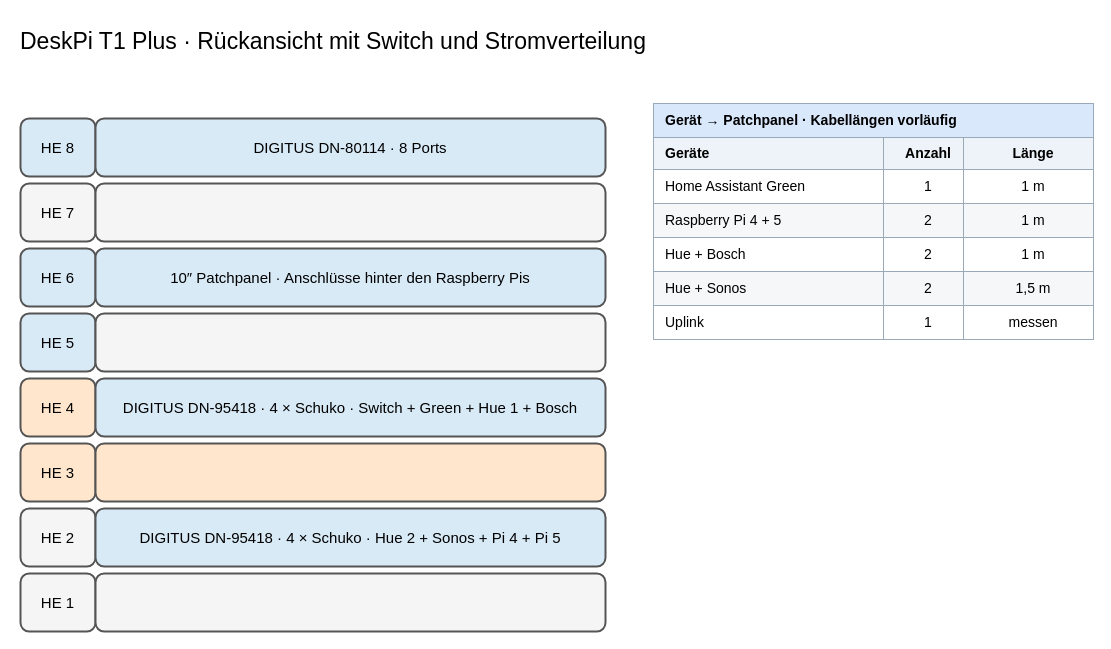
Above: page "DeskPi 8 HE – Rückseite" (3 of 5) of 10-zoll-rack-planung.drawio in tiptronic/diagrams (draw.io), before the change. Source tidied: cells renumbered, new cells numbered last; positions are measured from the earlier drawing's top-left corner, leaving out a move shared by most shapes. Both pictures are drawn from the tidied source at 100%, with x=0, y=0 at pixel (18, 18).
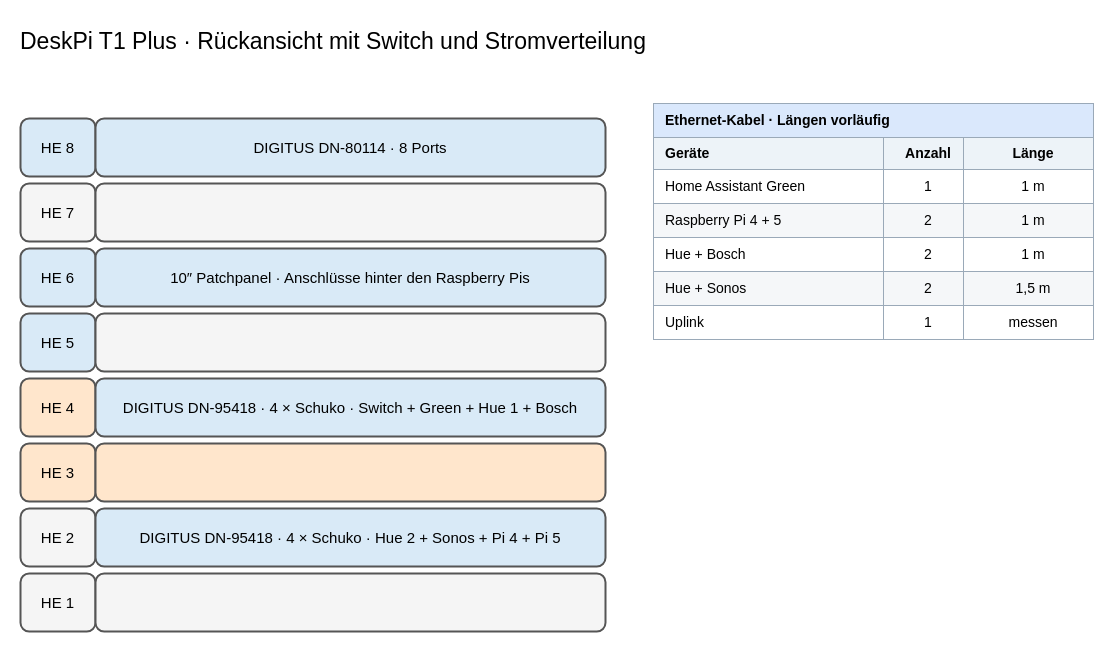
Above is the later version.

Change to the diagram source:
```diff
@@
-    <mxCell id="19" value="Gerät → Patchpanel · Kabellängen vorläufig" style="rounded=0;whiteSpace=wrap;html=1;align=left;verticalAlign=middle;spacingLeft=10;strokeWidth=1;fontSize=14;fillColor=#dae8fc;strokeColor=#9aa9b8;fontStyle=1;" parent="1" vertex="1">
+    <mxCell id="19" value="Ethernet-Kabel · Längen vorläufig" style="rounded=0;whiteSpace=wrap;html=1;align=left;verticalAlign=middle;spacingLeft=10;strokeWidth=1;fontSize=14;fillColor=#dae8fc;strokeColor=#9aa9b8;fontStyle=1;" parent="1" vertex="1">
       <mxGeometry x="635" y="85" width="440" height="34" as="geometry" />
     </mxCell>
```
